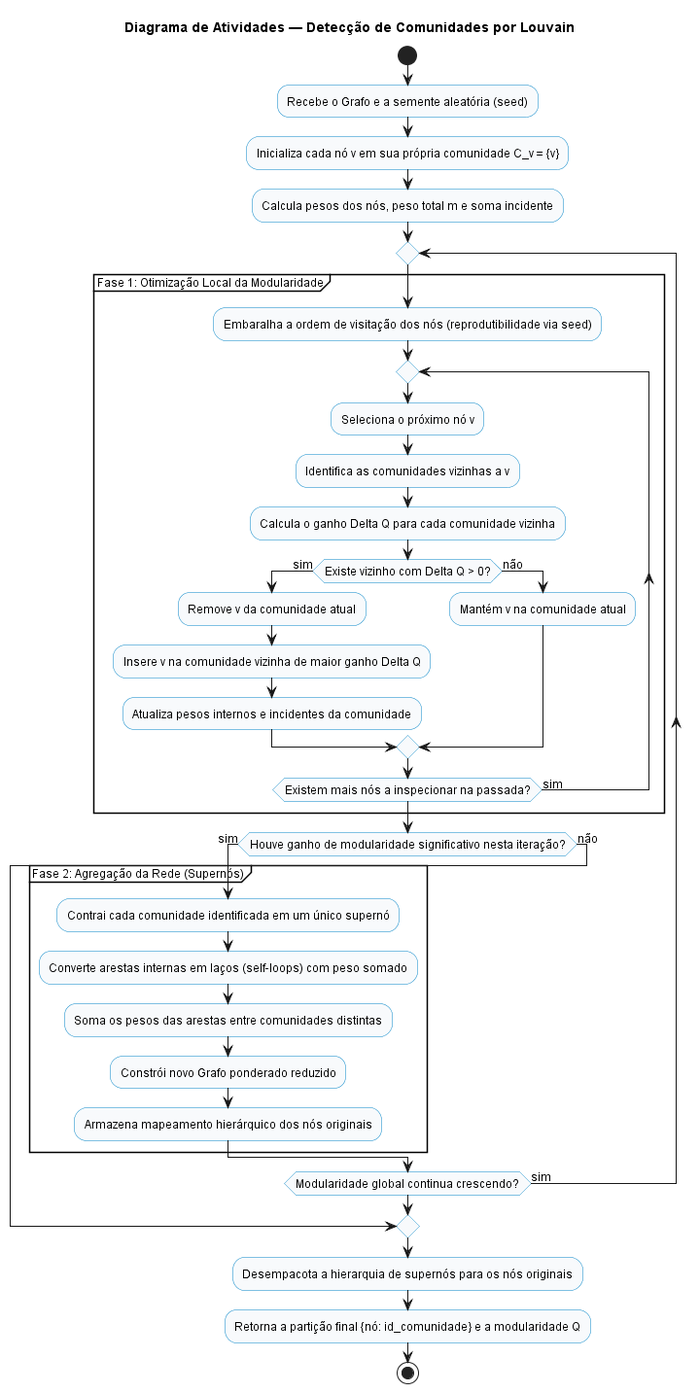
Above: documentos/uml/atividades_louvain.png in ofazax/tp-grafos-redes-sociais (PlantUML), before the change.
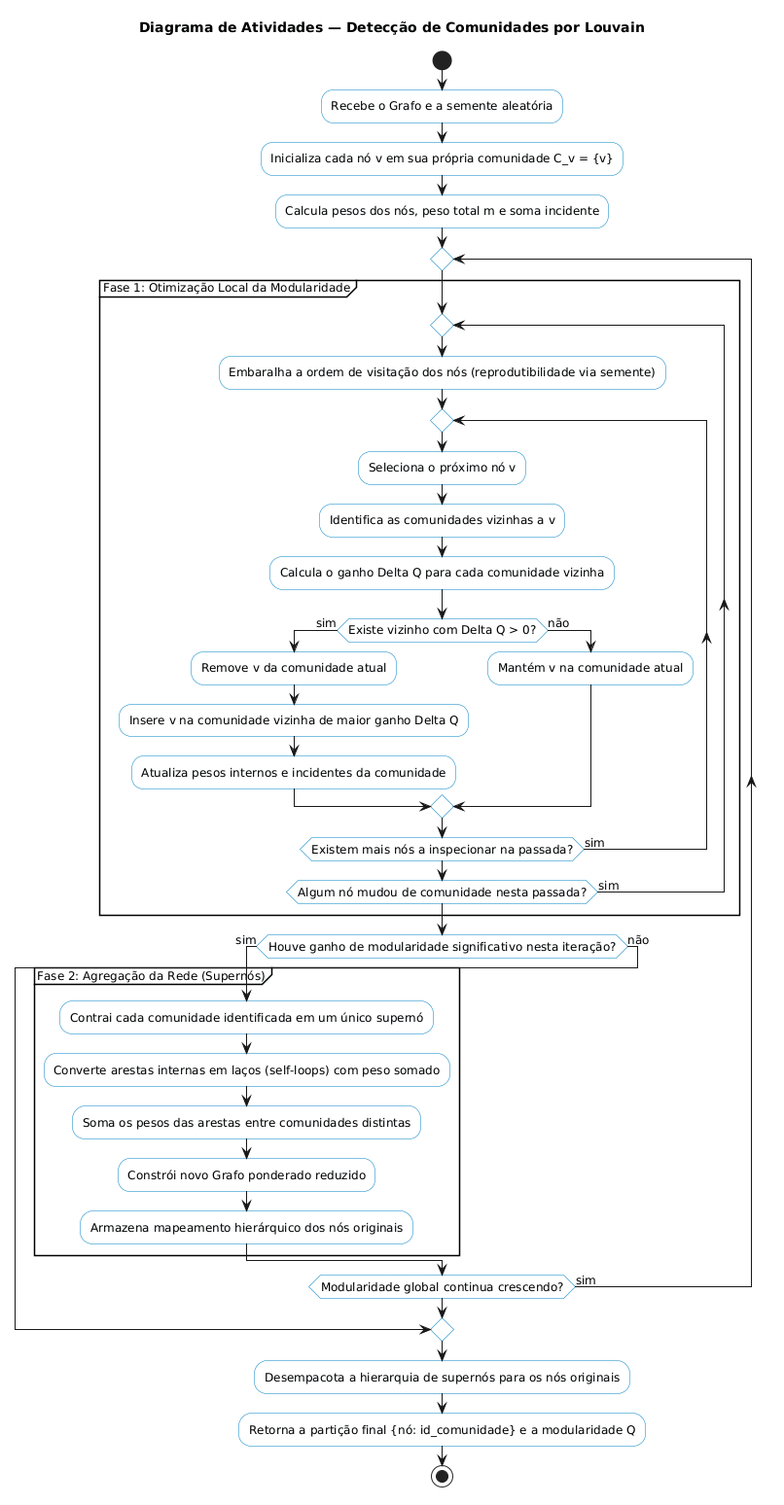
After the commit.

Commit message:
docs: ajusta laco de passadas da Fase 1 e semente no diagrama de Louvain

Diff of the diagram source:
```diff
@@ -1,4 +1,4 @@
-@startuml atividades_louvain
+@startuml
 
 skinparam shadowing false
 skinparam defaultFontName Arial
@@ -12,25 +12,27 @@
 
 start
 
-:Recebe o Grafo e a semente aleatória (seed);
+:Recebe o Grafo e a semente aleatória;
 :Inicializa cada nó v em sua própria comunidade C_v = {v};
 :Calcula pesos dos nós, peso total m e soma incidente;
 
 repeat
   partition "Fase 1: Otimização Local da Modularidade" {
-    :Embaralha a ordem de visitação dos nós (reprodutibilidade via seed);
     repeat
-      :Seleciona o próximo nó v;
-      :Identifica as comunidades vizinhas a v;
-      :Calcula o ganho Delta Q para cada comunidade vizinha;
-      if (Existe vizinho com Delta Q > 0?) then (sim)
-        :Remove v da comunidade atual;
-        :Insere v na comunidade vizinha de maior ganho Delta Q;
-        :Atualiza pesos internos e incidentes da comunidade;
-      else (não)
-        :Mantém v na comunidade atual;
-      endif
-    repeat while (Existem mais nós a inspecionar na passada?) is (sim)
+      :Embaralha a ordem de visitação dos nós (reprodutibilidade via semente);
+      repeat
+        :Seleciona o próximo nó v;
+        :Identifica as comunidades vizinhas a v;
+        :Calcula o ganho Delta Q para cada comunidade vizinha;
+        if (Existe vizinho com Delta Q > 0?) then (sim)
+          :Remove v da comunidade atual;
+          :Insere v na comunidade vizinha de maior ganho Delta Q;
+          :Atualiza pesos internos e incidentes da comunidade;
+        else (não)
+          :Mantém v na comunidade atual;
+        endif
+      repeat while (Existem mais nós a inspecionar na passada?) is (sim)
+    repeat while (Algum nó mudou de comunidade nesta passada?) is (sim)
   }
 
   if (Houve ganho de modularidade significativo nesta iteração?) then (sim)
```
